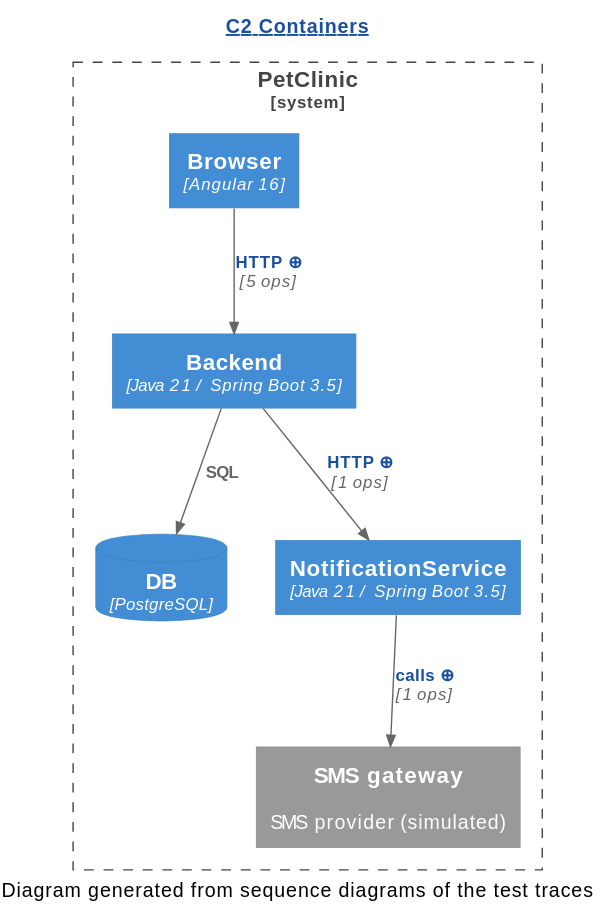
Above: demo/demo/assets/c2/C2-Containers.new.svg in Winandvdb/human-review (PlantUML), before the change.
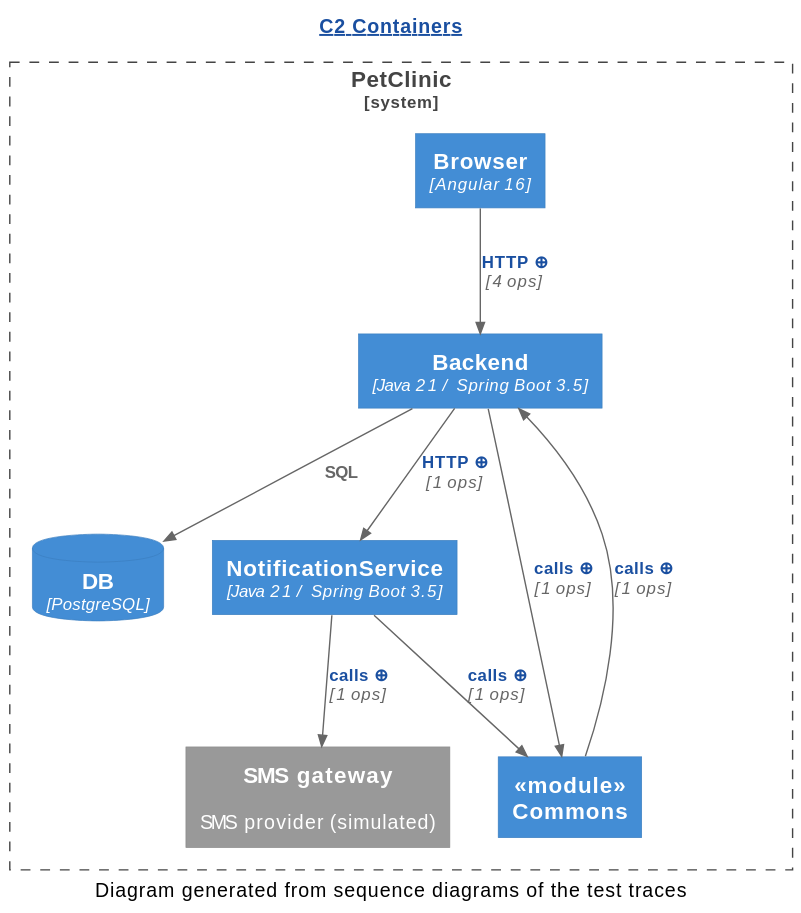
After the change.

The edit, as a diff of the source:
```diff
@@ -10,10 +10,14 @@
   ContainerDb(DB, "DB", "PostgreSQL", "")
   Container(NotificationService, "NotificationService", "Java 21 / Spring Boot 3.5", "")
   System_Ext(SMS_gateway, "SMS gateway", "SMS provider (simulated)", "")
+  Container(_module__nCommons, "«module»\nCommons", "", "")
 }
 Rel(Backend, DB, "SQL", "")
 Rel(Backend, NotificationService, "[[genseq://c2-279a196c9d{Click for the calls behind this line} HTTP ⊕]]", "1 ops")
-Rel(Browser, Backend, "[[genseq://c2-fb35163739{Click for the calls behind this line} HTTP ⊕]]", "5 ops")
+Rel(Backend, _module__nCommons, "[[genseq://c2-103d57f8db{Click for the calls behind this line} calls ⊕]]", "1 ops")
+Rel(Browser, Backend, "[[genseq://c2-43d2943456{Click for the calls behind this line} HTTP ⊕]]", "4 ops")
 Rel(NotificationService, SMS_gateway, "[[genseq://c2-cb01a30b7a{Click for the calls behind this line} calls ⊕]]", "1 ops")
+Rel(NotificationService, _module__nCommons, "[[genseq://c2-e128eb6ba0{Click for the calls behind this line} calls ⊕]]", "1 ops")
+Rel(_module__nCommons, Backend, "[[genseq://c2-cd32149db2{Click for the calls behind this line} calls ⊕]]", "1 ops")
 caption Diagram generated from sequence diagrams of the test traces
 @enduml
```
